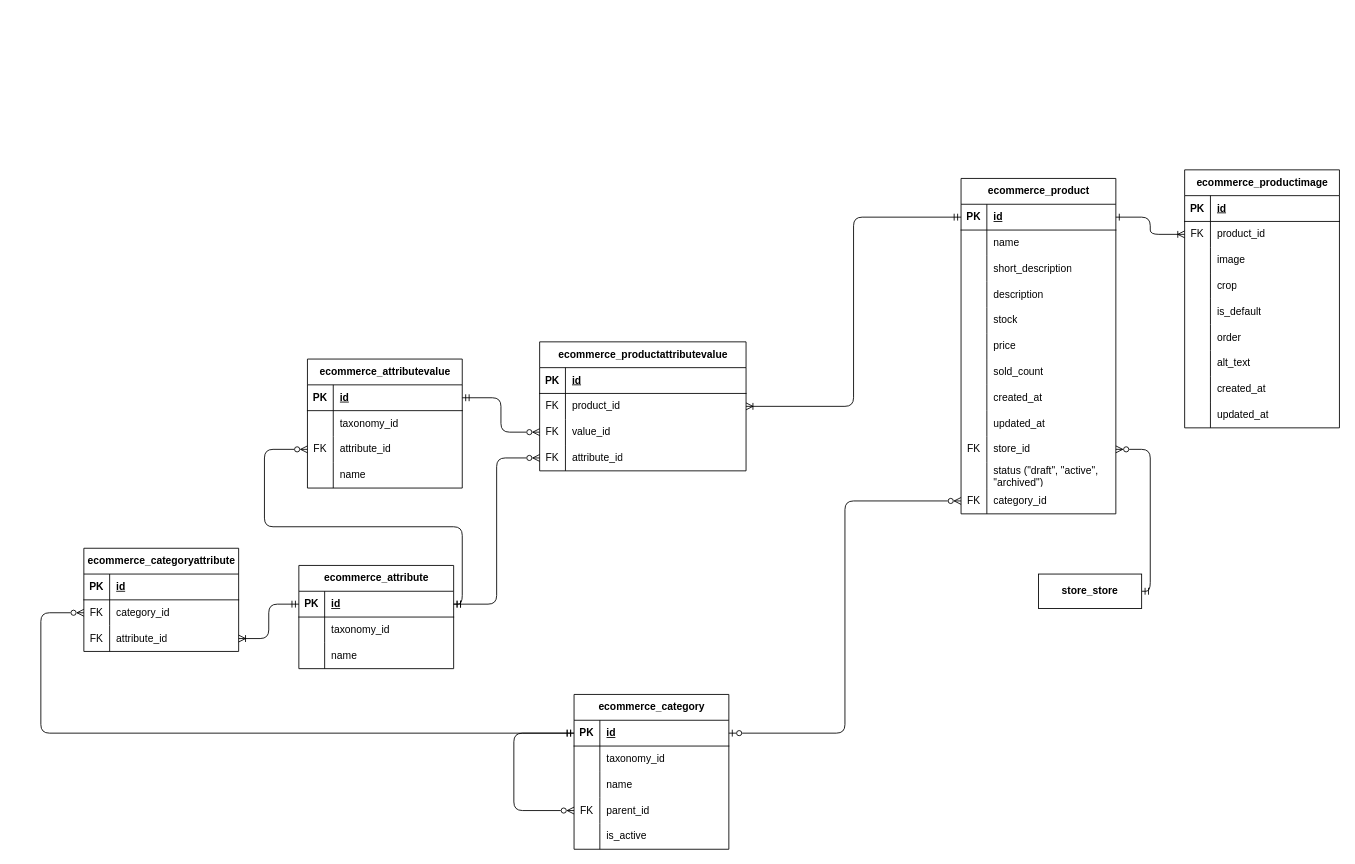
Before: page "Ecommerce" (6 of 7) of diagrams/e-commerce-entity-relationship-diagram.drawio in RHILIUS/E-Commerce-Docs, a draw.io diagram. Source tidied: cells renumbered, new cells numbered last; positions are measured from the earlier drawing's top-left corner, leaving out a move shared by most shapes. Both pictures are drawn from the tidied source at 86%, with x=0, y=0 at pixel (40, 169).
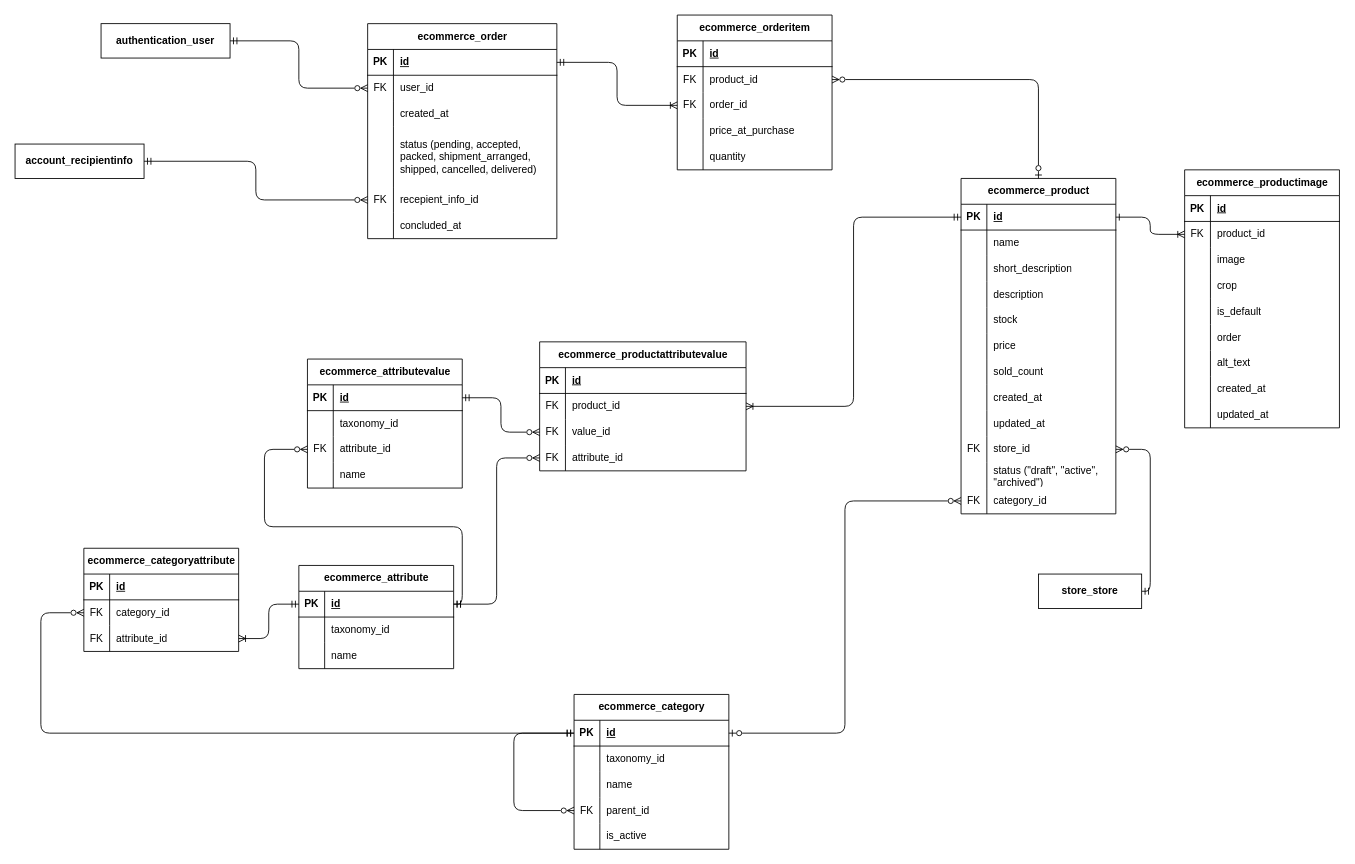
The same diagram, later.

Commit message:
feat: add order and orderitem tables

The change refers to these unchanged cells:
```xml
<mxCell id="2" value="ecommerce_product" style="shape=table;startSize=30;childLayout=tableLayout;rowLines=0;fontStyle=1;align=center;html=1;" parent="1" vertex="1">
  <mxGeometry x="1070" y="10" width="180" height="390" as="geometry" />
</mxCell>
<mxCell id="3" style="shape=tableRow;horizontal=0;startSize=0;swimlaneHead=0;swimlaneBody=0;fillColor=none;points=[[0,0.5],[1,0.5]];portConstraint=eastwest;top=0;left=0;right=0;bottom=1;" parent="2" vertex="1">
  <mxGeometry y="30" width="180" height="30" as="geometry" />
</mxCell>
<mxCell id="127" style="shape=tableRow;horizontal=0;startSize=0;swimlaneHead=0;swimlaneBody=0;fillColor=none;points=[[0,0.5],[1,0.5]];portConstraint=eastwest;top=0;left=0;right=0;bottom=0;" parent="123" vertex="1">
  <mxGeometry y="60" width="240" height="30" as="geometry" />
</mxCell>
```

The edit, as a diff of the source:
```diff
@@
-    <mxCell id="138" style="edgeStyle=orthogonalEdgeStyle;html=1;entryX=1;entryY=0.5;entryDx=0;entryDy=0;exitX=0;exitY=0.5;exitDx=0;exitDy=0;endArrow=ERoneToMany;endFill=0;startArrow=ERmandOne;startFill=0;" parent="1" edge="1" source="3" target="127">
+    <mxCell id="138" style="edgeStyle=orthogonalEdgeStyle;html=1;entryX=1;entryY=0.5;entryDx=0;entryDy=0;endArrow=ERoneToMany;endFill=0;startArrow=ERmandOne;startFill=0;exitX=0;exitY=0.5;exitDx=0;exitDy=0;" parent="1" edge="1" source="3" target="127">
       <mxGeometry relative="1" as="geometry" />
     </mxCell>
@@
+    <mxCell id="140" value="ecommerce_order" style="shape=table;startSize=30;childLayout=tableLayout;rowLines=0;fontStyle=1;align=center;html=1;" parent="1" vertex="1">
+      <mxGeometry x="380" y="-170" width="220" height="250" as="geometry" />
+    </mxCell>
+    <mxCell id="141" style="shape=tableRow;horizontal=0;startSize=0;swimlaneHead=0;swimlaneBody=0;fillColor=none;points=[[0,0.5],[1,0.5]];portConstraint=eastwest;top=0;left=0;right=0;bottom=1;" parent="140" vertex="1">
+      <mxGeometry y="30" width="220" height="30" as="geometry" />
+    </mxCell>
+    <mxCell id="142" value="PK" style="shape=partialRectangle;fillColor=none;top=0;left=0;bottom=0;right=0;fontStyle=1;overflow=hidden;whiteSpace=wrap;html=1;" parent="141" vertex="1">
+      <mxGeometry width="30" height="30" as="geometry" />
+    </mxCell>
+    <mxCell id="143" value="id" style="shape=partialRectangle;fillColor=none;top=0;left=0;bottom=0;right=0;align=left;spacingLeft=6;fontStyle=5;overflow=hidden;whiteSpace=wrap;html=1;" parent="141" vertex="1">
+      <mxGeometry x="30" width="190" height="30" as="geometry" />
+    </mxCell>
+    <mxCell id="144" style="shape=tableRow;horizontal=0;startSize=0;swimlaneHead=0;swimlaneBody=0;fillColor=none;points=[[0,0.5],[1,0.5]];portConstraint=eastwest;top=0;left=0;right=0;bottom=0;" parent="140" vertex="1">
+      <mxGeometry y="60" width="220" height="30" as="geometry" />
+    </mxCell>
+    <mxCell id="145" value="FK" style="shape=partialRectangle;fillColor=none;top=0;left=0;bottom=0;right=0;overflow=hidden;whiteSpace=wrap;html=1;" parent="144" vertex="1">
+      <mxGeometry width="30" height="30" as="geometry" />
+    </mxCell>
+    <mxCell id="146" value="user_id" style="shape=partialRectangle;fillColor=none;top=0;left=0;bottom=0;right=0;align=left;spacingLeft=6;overflow=hidden;whiteSpace=wrap;html=1;" parent="144" vertex="1">
+      <mxGeometry x="30" width="190" height="30" as="geometry" />
+    </mxCell>
+    <mxCell id="147" style="shape=tableRow;horizontal=0;startSize=0;swimlaneHead=0;swimlaneBody=0;fillColor=none;top=0;left=0;right=0;bottom=0;" parent="140" vertex="1">
+      <mxGeometry y="90" width="220" height="30" as="geometry" />
+    </mxCell>
+    <mxCell id="148" style="shape=partialRectangle;fillColor=none;top=0;left=0;bottom=0;right=0;overflow=hidden;whiteSpace=wrap;html=1;" parent="147" vertex="1">
+      <mxGeometry width="30" height="30" as="geometry" />
+    </mxCell>
+    <mxCell id="149" value="created_at" style="shape=partialRectangle;fillColor=none;top=0;left=0;bottom=0;right=0;align=left;spacingLeft=6;overflow=hidden;whiteSpace=wrap;html=1;" parent="147" vertex="1">
+      <mxGeometry x="30" width="190" height="30" as="geometry" />
+    </mxCell>
+    <mxCell id="150" style="shape=tableRow;horizontal=0;startSize=0;swimlaneHead=0;swimlaneBody=0;fillColor=none;top=0;left=0;right=0;bottom=0;" parent="140" vertex="1">
+      <mxGeometry y="120" width="220" height="70" as="geometry" />
+    </mxCell>
+    <mxCell id="151" style="shape=partialRectangle;fillColor=none;top=0;left=0;bottom=0;right=0;overflow=hidden;whiteSpace=wrap;html=1;" parent="150" vertex="1">
+      <mxGeometry width="30" height="70" as="geometry" />
+    </mxCell>
+    <mxCell id="152" value="status (pending, accepted, packed, shipment_arranged,&amp;nbsp; shipped, cancelled, delivered)" style="shape=partialRectangle;fillColor=none;top=0;left=0;bottom=0;right=0;align=left;spacingLeft=6;overflow=hidden;whiteSpace=wrap;html=1;" parent="150" vertex="1">
+      <mxGeometry x="30" width="190" height="70" as="geometry" />
+    </mxCell>
+    <mxCell id="153" style="shape=tableRow;horizontal=0;startSize=0;swimlaneHead=0;swimlaneBody=0;fillColor=none;points=[[0,0.5],[1,0.5]];portConstraint=eastwest;top=0;left=0;right=0;bottom=0;" parent="140" vertex="1">
+      <mxGeometry y="190" width="220" height="30" as="geometry" />
+    </mxCell>
+    <mxCell id="154" value="FK" style="shape=partialRectangle;fillColor=none;top=0;left=0;bottom=0;right=0;overflow=hidden;whiteSpace=wrap;html=1;" parent="153" vertex="1">
+      <mxGeometry width="30" height="30" as="geometry" />
+    </mxCell>
+    <mxCell id="155" value="recepient_info_id" style="shape=partialRectangle;fillColor=none;top=0;left=0;bottom=0;right=0;align=left;spacingLeft=6;overflow=hidden;whiteSpace=wrap;html=1;" parent="153" vertex="1">
+      <mxGeometry x="30" width="190" height="30" as="geometry" />
+    </mxCell>
+    <mxCell id="156" style="shape=tableRow;horizontal=0;startSize=0;swimlaneHead=0;swimlaneBody=0;fillColor=none;top=0;left=0;right=0;bottom=0;" parent="140" vertex="1">
+      <mxGeometry y="220" width="220" height="30" as="geometry" />
+    </mxCell>
+    <mxCell id="157" style="shape=partialRectangle;fillColor=none;top=0;left=0;bottom=0;right=0;overflow=hidden;whiteSpace=wrap;html=1;" parent="156" vertex="1">
+      <mxGeometry width="30" height="30" as="geometry" />
+    </mxCell>
+    <mxCell id="158" value="concluded_at" style="shape=partialRectangle;fillColor=none;top=0;left=0;bottom=0;right=0;align=left;spacingLeft=6;overflow=hidden;whiteSpace=wrap;html=1;" parent="156" vertex="1">
+      <mxGeometry x="30" width="190" height="30" as="geometry" />
+    </mxCell>
+    <mxCell id="159" value="&lt;b&gt;authentication_user&lt;/b&gt;" style="whiteSpace=wrap;html=1;align=center;" parent="1" vertex="1">
+      <mxGeometry x="70" y="-170" width="150" height="40" as="geometry" />
+    </mxCell>
+    <mxCell id="160" value="&lt;b&gt;account_recipientinfo&lt;/b&gt;" style="whiteSpace=wrap;html=1;align=center;" parent="1" vertex="1">
+      <mxGeometry x="-30" y="-30" width="150" height="40" as="geometry" />
+    </mxCell>
+    <mxCell id="161" style="rounded=1;jettySize=auto;html=1;endArrow=ERzeroToMany;endFill=0;startArrow=ERmandOne;startFill=0;exitX=1;exitY=0.5;exitDx=0;exitDy=0;entryX=0;entryY=0.5;entryDx=0;entryDy=0;edgeStyle=orthogonalEdgeStyle;curved=0;" parent="1" edge="1" source="159" target="144">
+      <mxGeometry relative="1" as="geometry" />
+    </mxCell>
+    <mxCell id="162" style="edgeStyle=orthogonalEdgeStyle;rounded=1;jettySize=auto;html=1;startArrow=ERmandOne;startFill=0;endArrow=ERzeroToMany;endFill=0;exitX=1;exitY=0.5;exitDx=0;exitDy=0;entryX=0;entryY=0.5;entryDx=0;entryDy=0;curved=0;" parent="1" edge="1" source="160" target="153">
+      <mxGeometry relative="1" as="geometry" />
+    </mxCell>
+    <mxCell id="163" value="ecommerce_orderitem" style="shape=table;startSize=30;childLayout=tableLayout;rowLines=0;fontStyle=1;align=center;html=1;" parent="1" vertex="1">
+      <mxGeometry x="740" y="-180" width="180" height="180" as="geometry" />
+    </mxCell>
+    <mxCell id="164" style="shape=tableRow;horizontal=0;startSize=0;swimlaneHead=0;swimlaneBody=0;fillColor=none;top=0;left=0;right=0;bottom=1;" parent="163" vertex="1">
+      <mxGeometry y="30" width="180" height="30" as="geometry" />
+    </mxCell>
+    <mxCell id="165" value="PK" style="shape=partialRectangle;fillColor=none;top=0;left=0;bottom=0;right=0;fontStyle=1;overflow=hidden;whiteSpace=wrap;html=1;" parent="164" vertex="1">
+      <mxGeometry width="30" height="30" as="geometry" />
+    </mxCell>
+    <mxCell id="166" value="id" style="shape=partialRectangle;fillColor=none;top=0;left=0;bottom=0;right=0;align=left;spacingLeft=6;fontStyle=5;overflow=hidden;whiteSpace=wrap;html=1;" parent="164" vertex="1">
+      <mxGeometry x="30" width="150" height="30" as="geometry" />
+    </mxCell>
+    <mxCell id="167" style="shape=tableRow;horizontal=0;startSize=0;swimlaneHead=0;swimlaneBody=0;fillColor=none;points=[[0,0.5],[1,0.5]];portConstraint=eastwest;top=0;left=0;right=0;bottom=0;" parent="163" vertex="1">
+      <mxGeometry y="60" width="180" height="30" as="geometry" />
+    </mxCell>
+    <mxCell id="168" value="FK" style="shape=partialRectangle;fillColor=none;top=0;left=0;bottom=0;right=0;overflow=hidden;whiteSpace=wrap;html=1;" parent="167" vertex="1">
+      <mxGeometry width="30" height="30" as="geometry" />
+    </mxCell>
+    <mxCell id="169" value="product_id" style="shape=partialRectangle;fillColor=none;top=0;left=0;bottom=0;right=0;align=left;spacingLeft=6;overflow=hidden;whiteSpace=wrap;html=1;" parent="167" vertex="1">
+      <mxGeometry x="30" width="150" height="30" as="geometry" />
+    </mxCell>
+    <mxCell id="170" style="shape=tableRow;horizontal=0;startSize=0;swimlaneHead=0;swimlaneBody=0;fillColor=none;points=[[0,0.5],[1,0.5]];portConstraint=eastwest;top=0;left=0;right=0;bottom=0;" parent="163" vertex="1">
+      <mxGeometry y="90" width="180" height="30" as="geometry" />
+    </mxCell>
+    <mxCell id="171" value="FK" style="shape=partialRectangle;fillColor=none;top=0;left=0;bottom=0;right=0;overflow=hidden;whiteSpace=wrap;html=1;" parent="170" vertex="1">
+      <mxGeometry width="30" height="30" as="geometry" />
+    </mxCell>
+    <mxCell id="172" value="order_id" style="shape=partialRectangle;fillColor=none;top=0;left=0;bottom=0;right=0;align=left;spacingLeft=6;overflow=hidden;whiteSpace=wrap;html=1;" parent="170" vertex="1">
+      <mxGeometry x="30" width="150" height="30" as="geometry" />
+    </mxCell>
+    <mxCell id="173" style="shape=tableRow;horizontal=0;startSize=0;swimlaneHead=0;swimlaneBody=0;fillColor=none;top=0;left=0;right=0;bottom=0;" parent="163" vertex="1">
+      <mxGeometry y="120" width="180" height="30" as="geometry" />
+    </mxCell>
+    <mxCell id="174" style="shape=partialRectangle;fillColor=none;top=0;left=0;bottom=0;right=0;overflow=hidden;whiteSpace=wrap;html=1;" parent="173" vertex="1">
+      <mxGeometry width="30" height="30" as="geometry" />
+    </mxCell>
+    <mxCell id="175" value="price_at_purchase" style="shape=partialRectangle;fillColor=none;top=0;left=0;bottom=0;right=0;align=left;spacingLeft=6;overflow=hidden;whiteSpace=wrap;html=1;" parent="173" vertex="1">
+      <mxGeometry x="30" width="150" height="30" as="geometry" />
+    </mxCell>
+    <mxCell id="176" style="shape=tableRow;horizontal=0;startSize=0;swimlaneHead=0;swimlaneBody=0;fillColor=none;top=0;left=0;right=0;bottom=0;" parent="163" vertex="1">
+      <mxGeometry y="150" width="180" height="30" as="geometry" />
+    </mxCell>
+    <mxCell id="177" style="shape=partialRectangle;fillColor=none;top=0;left=0;bottom=0;right=0;overflow=hidden;whiteSpace=wrap;html=1;" parent="176" vertex="1">
+      <mxGeometry width="30" height="30" as="geometry" />
+    </mxCell>
+    <mxCell id="178" value="quantity" style="shape=partialRectangle;fillColor=none;top=0;left=0;bottom=0;right=0;align=left;spacingLeft=6;overflow=hidden;whiteSpace=wrap;html=1;" parent="176" vertex="1">
+      <mxGeometry x="30" width="150" height="30" as="geometry" />
+    </mxCell>
+    <mxCell id="179" style="edgeStyle=orthogonalEdgeStyle;html=1;entryX=1;entryY=0.5;entryDx=0;entryDy=0;endArrow=ERzeroToMany;endFill=0;startArrow=ERzeroToOne;startFill=0;" parent="1" edge="1" source="2" target="167">
+      <mxGeometry relative="1" as="geometry" />
+    </mxCell>
+    <mxCell id="180" style="edgeStyle=orthogonalEdgeStyle;rounded=1;jettySize=auto;html=1;endArrow=ERoneToMany;endFill=0;startArrow=ERmandOne;startFill=0;entryX=0;entryY=0.5;entryDx=0;entryDy=0;exitX=1;exitY=0.5;exitDx=0;exitDy=0;curved=0;" parent="1" edge="1" source="141" target="170">
+      <mxGeometry relative="1" as="geometry" />
+    </mxCell>
```
